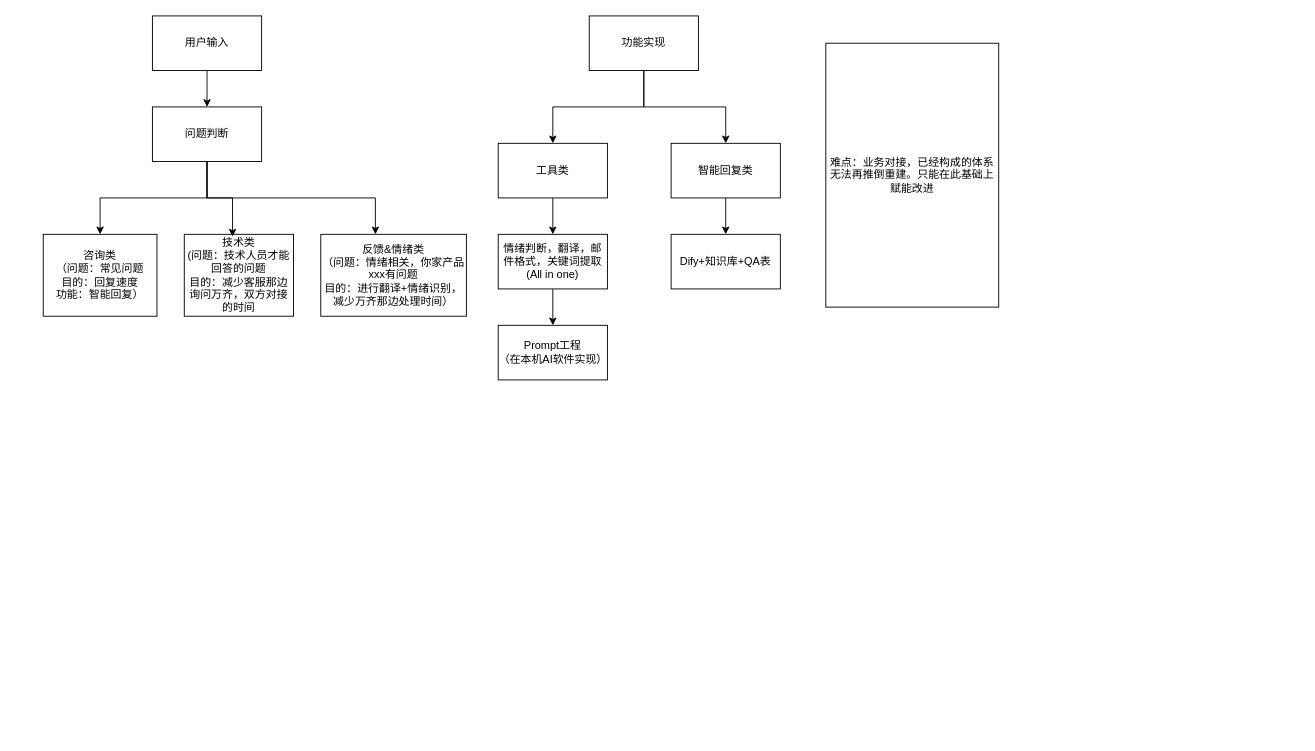
Formyselfonly/drawioFlowchart keeps this draw.io diagram as 智能客服.drawio. Above is the earlier version. Source tidied: cells renumbered, new cells numbered last; positions are measured from the earlier drawing's top-left corner, leaving out a move shared by most shapes. Both pictures are drawn from the tidied source at 91%, with x=0, y=0 at pixel (43, 15).
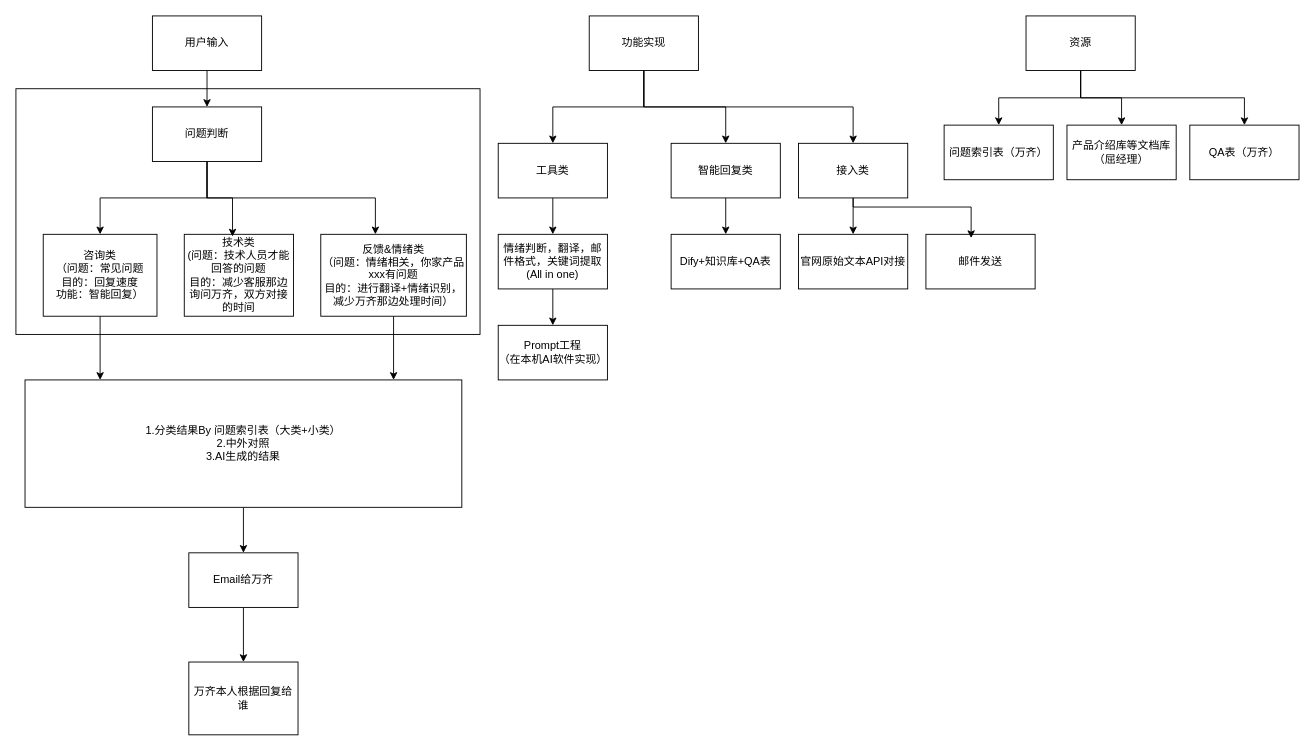
After the change.

Unchanged cells that the change refers to:
```xml
<mxCell id="7" value="咨询类&lt;br&gt;（问题：常见问题&lt;div&gt;&lt;span style=&quot;background-color: transparent; color: light-dark(rgb(0, 0, 0), rgb(255, 255, 255));&quot;&gt;目的：回复速度&lt;br&gt;功能：智能回复）&lt;/span&gt;&lt;/div&gt;" style="rounded=0;whiteSpace=wrap;html=1;" parent="1" vertex="1">
  <mxGeometry y="240" width="125" height="90" as="geometry" />
</mxCell>
<mxCell id="10" value="反馈&amp;amp;情绪类&lt;br&gt;（问题：情绪相关，你家产品xxx有问题&lt;br&gt;目的：进行翻译+情绪识别，减少万齐那边处理时间）" style="rounded=0;whiteSpace=wrap;html=1;" parent="1" vertex="1">
  <mxGeometry x="305" y="240" width="160" height="90" as="geometry" />
</mxCell>
<mxCell id="13" value="功能实现" style="rounded=0;whiteSpace=wrap;html=1;" parent="1" vertex="1">
  <mxGeometry x="600" width="120" height="60" as="geometry" />
</mxCell>
```

Diff of the diagram source:
```diff
@@
+    <mxCell id="23" style="rounded=0;whiteSpace=wrap;html=1;" parent="1" vertex="1">
+      <mxGeometry x="-30" y="80" width="510" height="270" as="geometry" />
+    </mxCell>
@@
+    <mxCell id="24" style="edgeStyle=orthogonalEdgeStyle;rounded=0;jettySize=auto;html=1;" parent="1" edge="1" source="7">
+      <mxGeometry relative="1" as="geometry">
+        <mxPoint x="62.5" y="400" as="targetPoint" />
+      </mxGeometry>
+    </mxCell>
@@
+    <mxCell id="25" style="edgeStyle=orthogonalEdgeStyle;rounded=0;jettySize=auto;html=1;" parent="1" edge="1" source="10">
+      <mxGeometry relative="1" as="geometry">
+        <mxPoint x="385" y="400" as="targetPoint" />
+      </mxGeometry>
+    </mxCell>
@@
+    <mxCell id="26" style="edgeStyle=orthogonalEdgeStyle;rounded=0;jettySize=auto;html=1;" parent="1" edge="1" source="13" target="40">
+      <mxGeometry relative="1" as="geometry">
+        <Array as="points">
+          <mxPoint x="660" y="100" />
+          <mxPoint x="890" y="100" />
+        </Array>
+      </mxGeometry>
+    </mxCell>
@@
-    <mxCell id="22" value="难点：业务对接，已经构成的体系无法再推倒重建。只能在此基础上赋能改进" style="rounded=0;whiteSpace=wrap;html=1;" parent="1" vertex="1">
-      <mxGeometry x="860" y="30" width="190" height="290" as="geometry" />
-    </mxCell>
+    <mxCell id="27" style="edgeStyle=orthogonalEdgeStyle;rounded=0;jettySize=auto;html=1;entryX=0.5;entryY=0;entryDx=0;entryDy=0;" parent="1" edge="1" source="28" target="30">
+      <mxGeometry relative="1" as="geometry" />
+    </mxCell>
+    <mxCell id="28" value="&lt;div&gt;1.分类结果By 问题索引表（大类+小类）&lt;/div&gt;&lt;div&gt;2.中外对照&lt;br&gt;3.AI生成的结果&lt;/div&gt;" style="rounded=0;whiteSpace=wrap;html=1;" parent="1" vertex="1">
+      <mxGeometry x="-20" y="400" width="480" height="140" as="geometry" />
+    </mxCell>
+    <mxCell id="29" style="edgeStyle=orthogonalEdgeStyle;rounded=0;jettySize=auto;html=1;entryX=0.5;entryY=0;entryDx=0;entryDy=0;" parent="1" edge="1" source="30" target="31">
+      <mxGeometry relative="1" as="geometry" />
+    </mxCell>
+    <mxCell id="30" value="Email给万齐" style="rounded=0;whiteSpace=wrap;html=1;" parent="1" vertex="1">
+      <mxGeometry x="160" y="590" width="120" height="60" as="geometry" />
+    </mxCell>
+    <mxCell id="31" value="万齐本人根据回复给谁" style="rounded=0;whiteSpace=wrap;html=1;" parent="1" vertex="1">
+      <mxGeometry x="160" y="710" width="120" height="80" as="geometry" />
+    </mxCell>
+    <mxCell id="32" style="edgeStyle=orthogonalEdgeStyle;rounded=0;jettySize=auto;html=1;" parent="1" edge="1" source="35" target="36">
+      <mxGeometry relative="1" as="geometry" />
+    </mxCell>
+    <mxCell id="33" style="edgeStyle=orthogonalEdgeStyle;rounded=0;jettySize=auto;html=1;" parent="1" edge="1" source="35" target="37">
+      <mxGeometry relative="1" as="geometry" />
+    </mxCell>
+    <mxCell id="34" style="edgeStyle=orthogonalEdgeStyle;rounded=0;jettySize=auto;html=1;" parent="1" edge="1" source="35" target="38">
+      <mxGeometry relative="1" as="geometry">
+        <Array as="points">
+          <mxPoint x="1140" y="90" />
+          <mxPoint x="1320" y="90" />
+        </Array>
+      </mxGeometry>
+    </mxCell>
+    <mxCell id="35" value="资源" style="rounded=0;whiteSpace=wrap;html=1;" parent="1" vertex="1">
+      <mxGeometry x="1080" width="120" height="60" as="geometry" />
+    </mxCell>
+    <mxCell id="36" value="问题索引表（万齐）" style="rounded=0;whiteSpace=wrap;html=1;" parent="1" vertex="1">
+      <mxGeometry x="990" y="120" width="120" height="60" as="geometry" />
+    </mxCell>
+    <mxCell id="37" value="产品介绍库等文档库（屈经理）" style="rounded=0;whiteSpace=wrap;html=1;" parent="1" vertex="1">
+      <mxGeometry x="1125" y="120" width="120" height="60" as="geometry" />
+    </mxCell>
+    <mxCell id="38" value="QA表（万齐）" style="rounded=0;whiteSpace=wrap;html=1;" parent="1" vertex="1">
+      <mxGeometry x="1260" y="120" width="120" height="60" as="geometry" />
+    </mxCell>
+    <mxCell id="39" style="edgeStyle=orthogonalEdgeStyle;rounded=0;jettySize=auto;html=1;" parent="1" edge="1" source="40" target="41">
+      <mxGeometry relative="1" as="geometry" />
+    </mxCell>
+    <mxCell id="40" value="接入类" style="rounded=0;whiteSpace=wrap;html=1;" parent="1" vertex="1">
+      <mxGeometry x="830" y="140" width="120" height="60" as="geometry" />
+    </mxCell>
+    <mxCell id="41" value="官网原始文本API对接" style="rounded=0;whiteSpace=wrap;html=1;" parent="1" vertex="1">
+      <mxGeometry x="830" y="240" width="120" height="60" as="geometry" />
+    </mxCell>
+    <mxCell id="42" value="邮件发送" style="rounded=0;whiteSpace=wrap;html=1;" parent="1" vertex="1">
+      <mxGeometry x="970" y="240" width="120" height="60" as="geometry" />
+    </mxCell>
+    <mxCell id="43" style="edgeStyle=orthogonalEdgeStyle;rounded=0;jettySize=auto;html=1;entryX=0.414;entryY=0.069;entryDx=0;entryDy=0;entryPerimeter=0;" parent="1" edge="1" source="40" target="42">
+      <mxGeometry relative="1" as="geometry">
+        <Array as="points">
+          <mxPoint x="890" y="210" />
+          <mxPoint x="1020" y="210" />
+        </Array>
+      </mxGeometry>
+    </mxCell>
```
